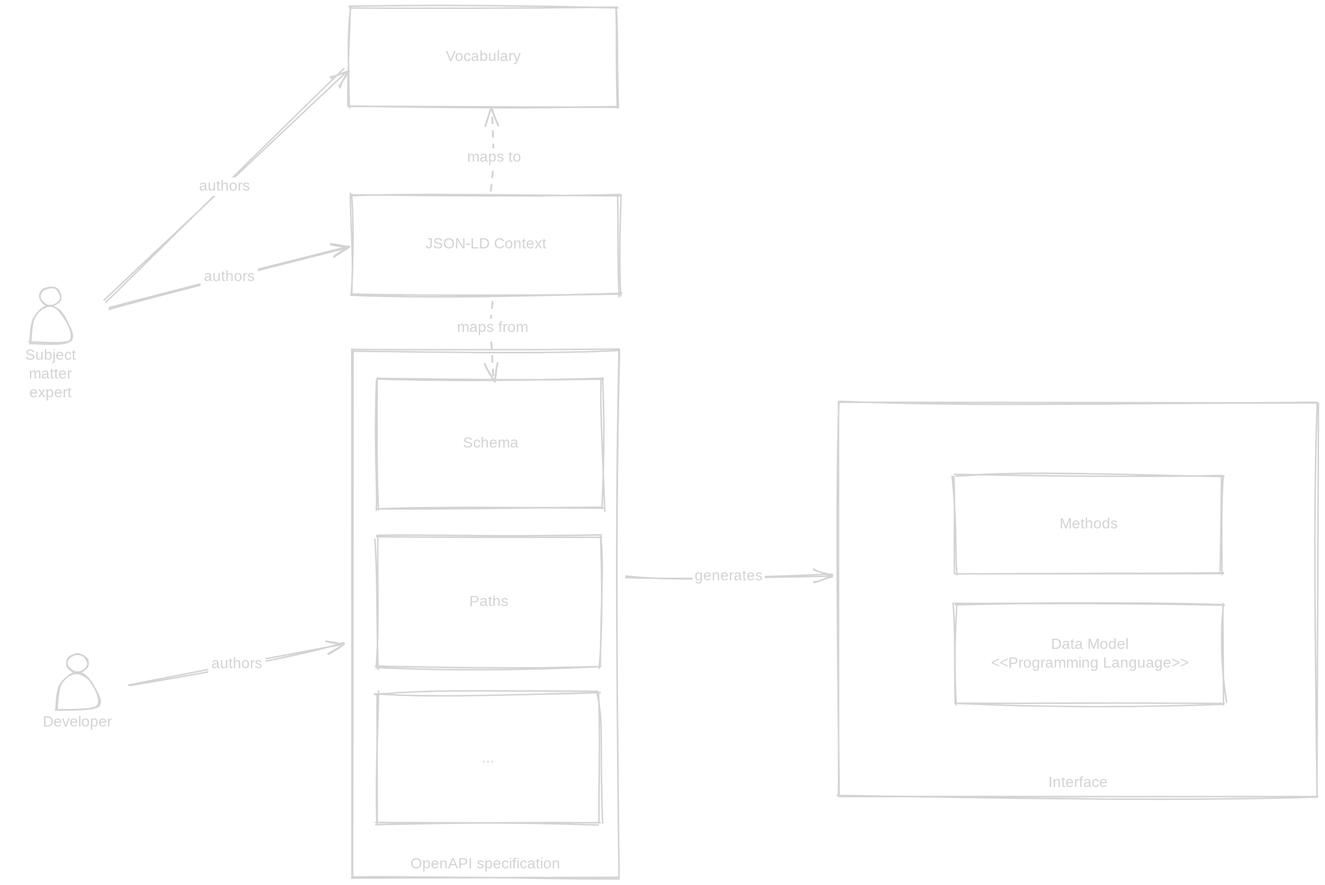
This is content/Attachments/Mapping LD URIs between Vocabularies and APIs 2024-04-30 16.38.50.excalidraw.dark.svg from bartkl/bartkl.github.io, a Excalidraw export, as it was before one commit. Source tidied: one line per element, renumbered; positions are measured from the earlier drawing's top-left corner, leaving out a move shared by most shapes.
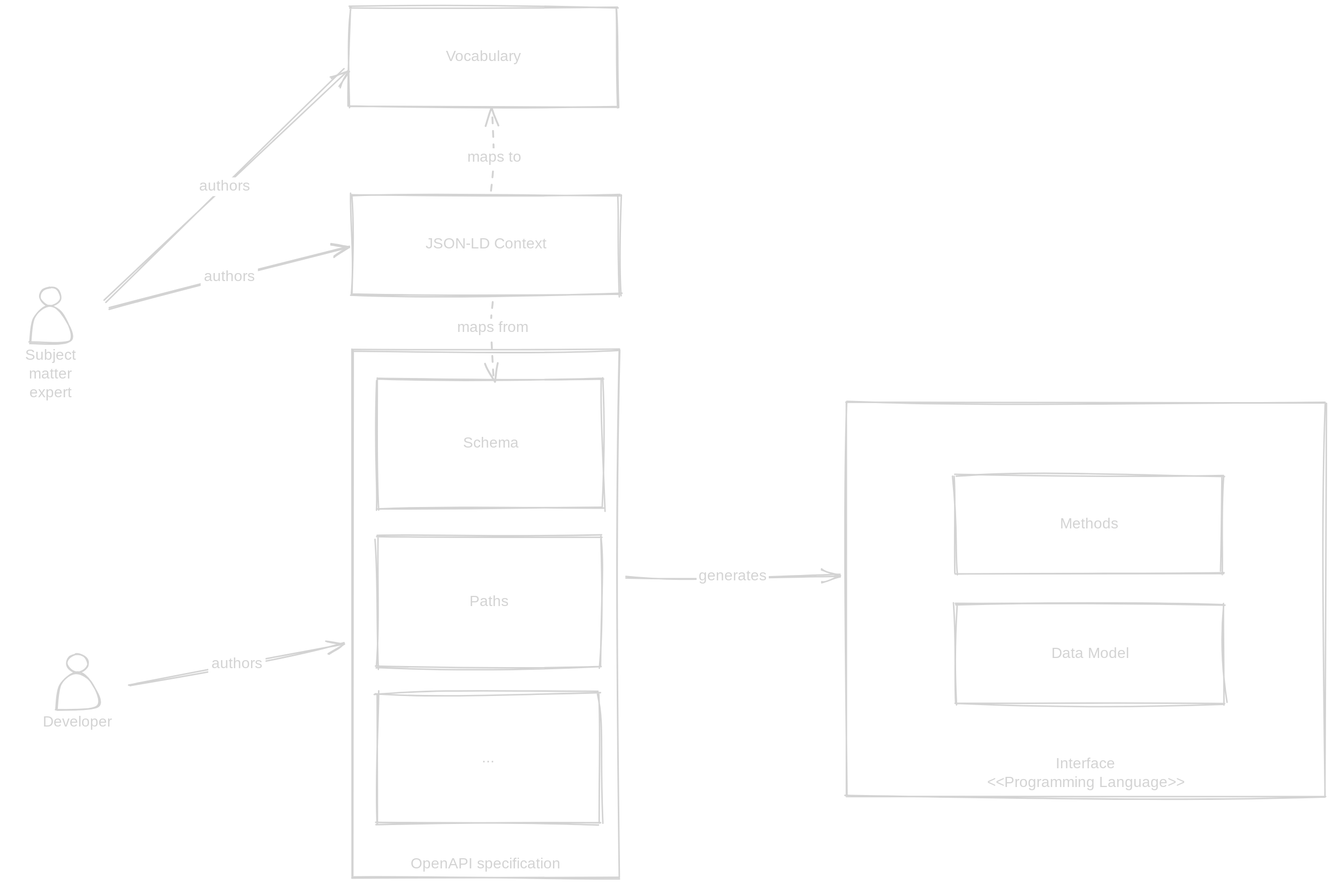
The same file after the commit.

The edit, as a diff of the source:
```diff
@@ -29,10 +29,10 @@
 {"id": 28, "type": "arrow", "strokeColor": "#1e1e1e", "strokeWidth": 2, "strokeStyle": "dashed", "roughness": 2, "endArrowhead": "arrow", "round": true, "from": 14, "to": 24, "x": 646, "y": 246, "width": 4, "height": 108, "points": [[0, 0], [4, -45], [2, -108]]}
 {"id": 29, "type": "text", "text": "maps to", "strokeColor": "#1e1e1e", "strokeWidth": 2, "roughness": 2, "fontSize": 20, "fontFamily": 1, "textAlign": "center", "verticalAlign": "middle", "inside": 28, "x": 610, "y": 188, "width": 79, "height": 25}
 {"id": 30, "type": "rectangle", "strokeColor": "#1e1e1e", "strokeWidth": 2, "roughness": 2, "x": 1266, "y": 797, "width": 358, "height": 132}
-{"id": 31, "type": "text", "text": "Data Model\n<<Programming Language>>", "strokeColor": "#1e1e1e", "strokeWidth": 2, "roughness": 2, "fontSize": 20, "fontFamily": 1, "textAlign": "center", "verticalAlign": "middle", "inside": 30, "x": 1316, "y": 838, "width": 258, "height": 50}
+{"id": 31, "type": "text", "text": "Data Model", "strokeColor": "#1e1e1e", "strokeWidth": 2, "roughness": 2, "fontSize": 20, "fontFamily": 1, "textAlign": "center", "verticalAlign": "middle", "inside": 30, "x": 1386, "y": 851, "width": 118, "height": 25}
 {"id": 32, "type": "rectangle", "strokeColor": "#1e1e1e", "strokeWidth": 2, "roughness": 2, "x": 1264, "y": 624, "width": 358, "height": 132}
 {"id": 33, "type": "text", "text": "Methods", "strokeColor": "#1e1e1e", "strokeWidth": 2, "roughness": 2, "fontSize": 20, "fontFamily": 1, "textAlign": "center", "verticalAlign": "middle", "inside": 32, "x": 1403, "y": 677, "width": 81, "height": 25}
-{"id": 34, "type": "rectangle", "strokeColor": "#1e1e1e", "strokeWidth": 2, "roughness": 2, "x": 1109, "y": 527, "width": 640, "height": 525}
+{"id": 34, "type": "rectangle", "strokeColor": "#1e1e1e", "strokeWidth": 2, "roughness": 2, "x": 1119, "y": 527, "width": 640, "height": 525}
-{"id": 35, "type": "text", "text": "Interface", "strokeColor": "#1e1e1e", "strokeWidth": 2, "roughness": 2, "fontSize": 20, "fontFamily": 1, "textAlign": "center", "verticalAlign": "bottom", "inside": 34, "x": 1381, "y": 1022, "width": 95, "height": 25}
+{"id": 35, "type": "text", "text": "Interface\n<<Programming Language>>", "strokeColor": "#1e1e1e", "strokeWidth": 2, "roughness": 2, "fontSize": 20, "fontFamily": 1, "textAlign": "center", "verticalAlign": "bottom", "inside": 34, "x": 1310, "y": 997, "width": 258, "height": 50}
-{"id": 36, "type": "arrow", "strokeColor": "#1e1e1e", "strokeWidth": 2, "roughness": 2, "endArrowhead": "arrow", "from": 0, "to": 34, "x": 826, "y": 761, "width": 273, "height": 4, "points": [[0, 0], [273, -4]]}
+{"id": 36, "type": "arrow", "strokeColor": "#1e1e1e", "strokeWidth": 2, "roughness": 2, "endArrowhead": "arrow", "from": 0, "to": 34, "x": 826, "y": 762, "width": 283, "height": 4, "points": [[0, 0], [283, -4]]}
 {"id": 37, "type": "text", "text": "generates", "strokeColor": "#1e1e1e", "strokeWidth": 2, "roughness": 2, "fontSize": 20, "fontFamily": 1, "textAlign": "center", "verticalAlign": "middle", "inside": 36, "x": 849, "y": 754, "width": 96, "height": 25}
```
